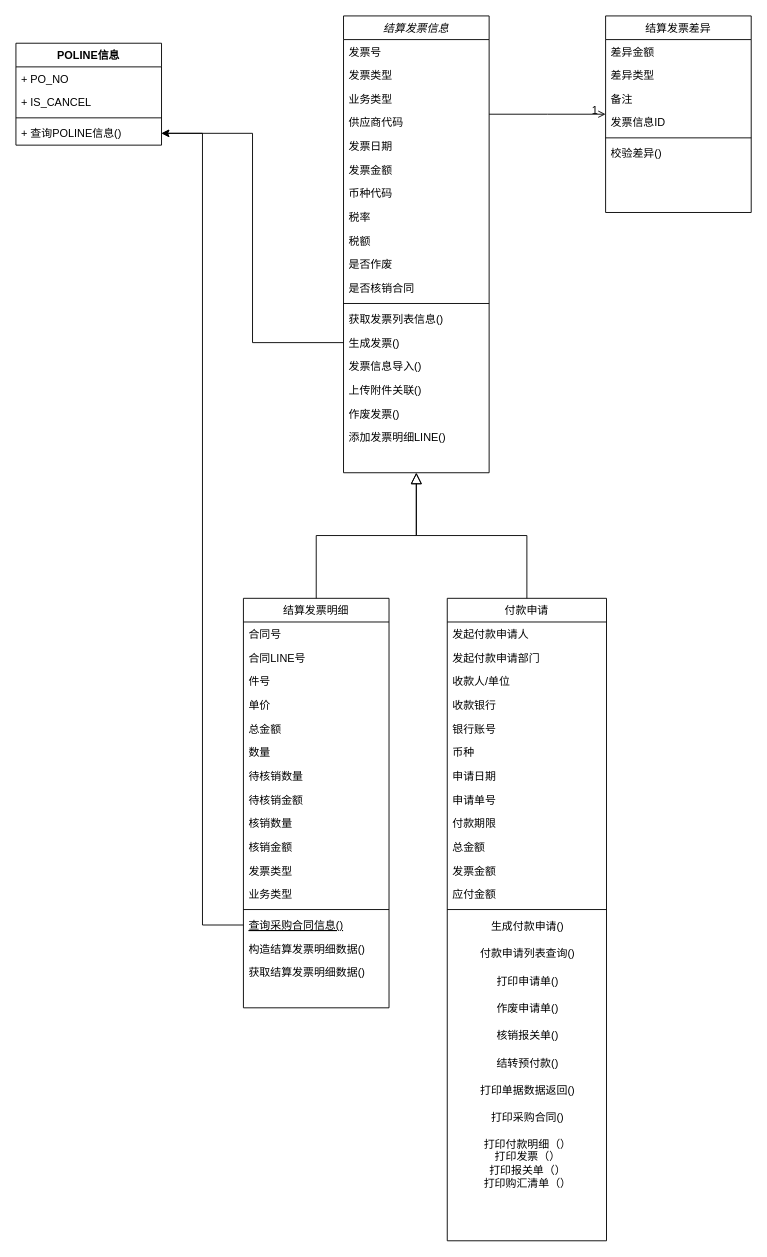
Earlier version of the draw.io diagram 结算02.drawio (chenqingfa8520/data-drawio). Source tidied: cells renumbered, new cells numbered last; positions are measured from the earlier drawing's top-left corner, leaving out a move shared by most shapes. Both pictures are drawn from the tidied source at 91%, with x=0, y=0 at pixel (15, 15).
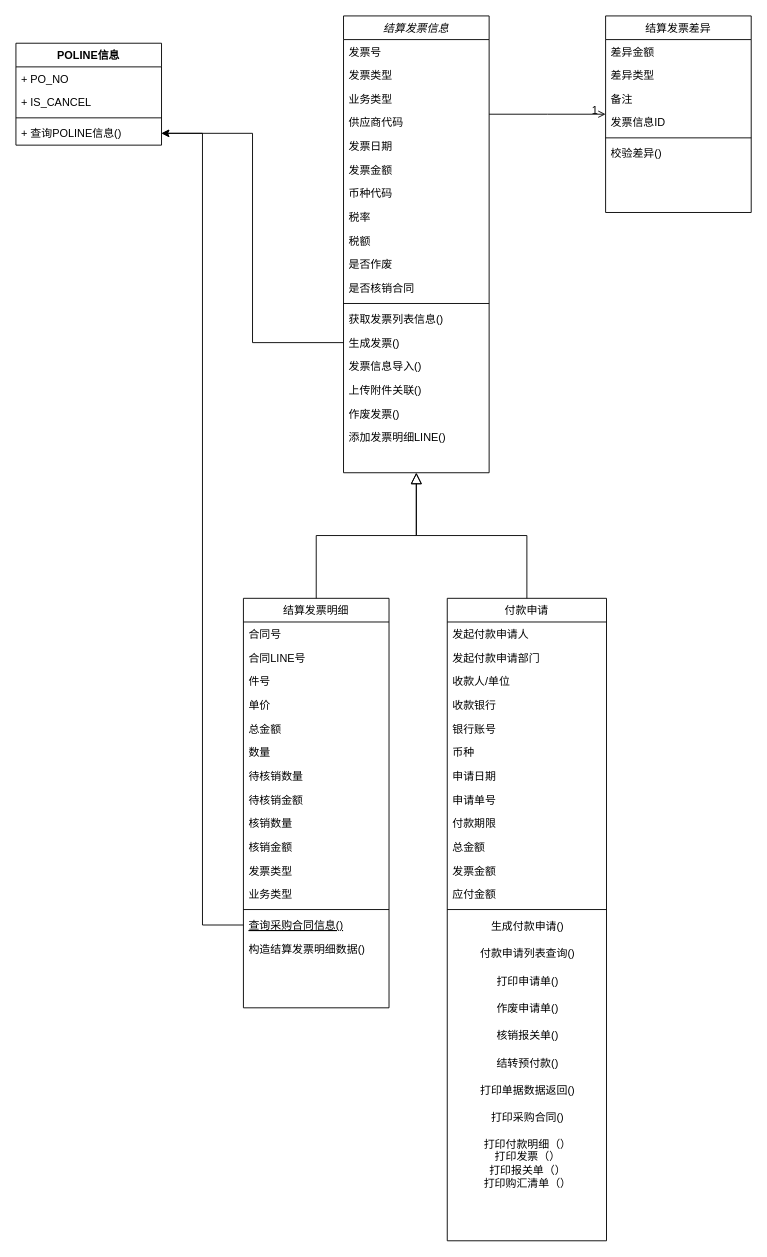
The same diagram, later.

The change refers to these unchanged cells:
```xml
<mxCell id="21" value="结算发票明细" style="swimlane;fontStyle=0;align=center;verticalAlign=top;horizontal=1;startSize=26;rounded=0;shadow=0;strokeWidth=1;" parent="1" vertex="1">
  <mxGeometry x="250" y="640" width="160" height="450" as="geometry" />
</mxCell>
```

Diff of the diagram source:
```diff
@@
-    <mxCell id="37" value="获取结算发票明细数据()" style="text;align=left;verticalAlign=top;spacingLeft=4;spacingRight=4;overflow=hidden;" parent="21" vertex="1">
-      <mxGeometry y="398" width="160" height="26" as="geometry" />
-    </mxCell>
```
